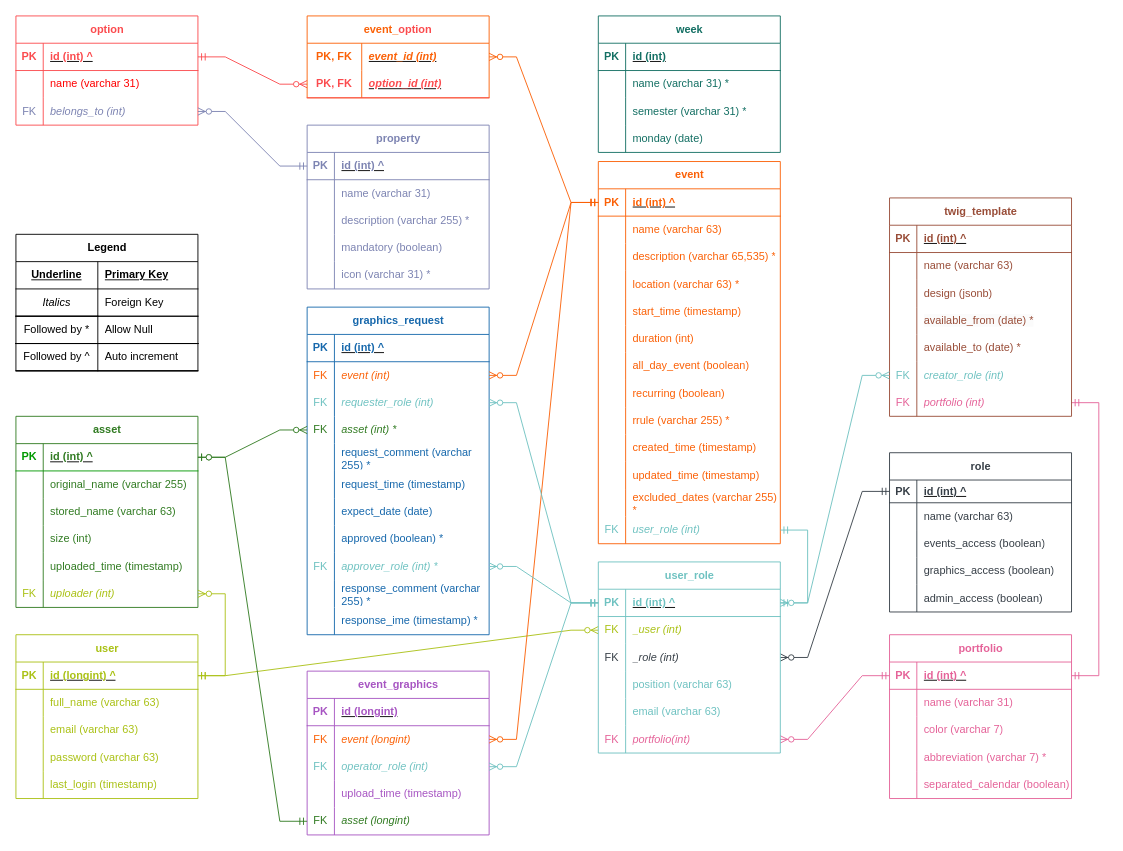
This is design/eTWIG.ER.drawio from stewebb/eTWIG, a draw.io file, before an edit. Source tidied: cells renumbered, new cells numbered last; positions are measured from the earlier drawing's top-left corner, leaving out a move shared by most shapes. Both pictures are drawn from the tidied source at 91%, with x=0, y=0 at pixel (15, 15).
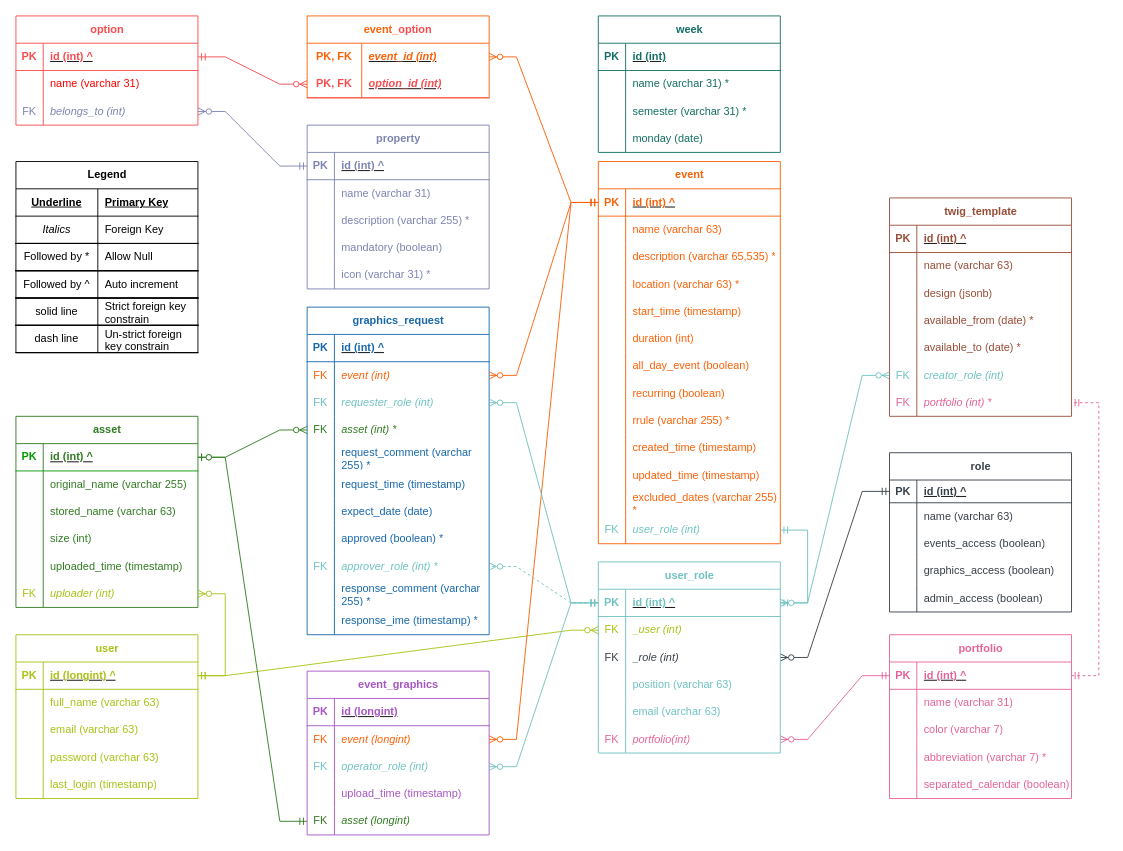
The same diagram, later.

Unchanged cells that the change refers to:
```xml
<mxCell id="16" style="shape=tableRow;horizontal=0;startSize=0;swimlaneHead=0;swimlaneBody=0;fillColor=none;points=[[0,0.5],[1,0.5]];portConstraint=eastwest;top=0;left=0;right=0;bottom=1;strokeColor=#E56399;" parent="15" vertex="1">
  <mxGeometry y="30" width="200" height="30" as="geometry" />
</mxCell>
<mxCell id="213" style="shape=tableRow;horizontal=0;startSize=0;swimlaneHead=0;swimlaneBody=0;fillColor=none;points=[[0,0.5],[1,0.5]];portConstraint=eastwest;top=0;left=0;right=0;bottom=0;" parent="194" vertex="1">
  <mxGeometry y="210" width="200" height="30" as="geometry" />
</mxCell>
<mxCell id="242" style="shape=tableRow;horizontal=0;startSize=0;swimlaneHead=0;swimlaneBody=0;fillColor=none;points=[[0,0.5],[1,0.5]];portConstraint=eastwest;top=0;left=0;right=0;bottom=0;" parent="217" vertex="1">
  <mxGeometry y="270" width="200" height="30" as="geometry" />
</mxCell>
<mxCell id="257" style="shape=tableRow;horizontal=0;startSize=0;swimlaneHead=0;swimlaneBody=0;fillColor=none;points=[[0,0.5],[1,0.5]];portConstraint=eastwest;top=0;left=0;right=0;bottom=1;strokeColor=#6FC2C1;" parent="256" vertex="1">
  <mxGeometry y="30" width="200" height="30" as="geometry" />
</mxCell>
```

Change to the diagram source:
```diff
@@
     <mxCell id="31" value="Legend" style="shape=table;startSize=30;childLayout=tableLayout;rowLines=0;fontStyle=1;align=center;html=1;swimlaneLine=1;" parent="1" vertex="1">
-      <mxGeometry y="240" width="200" height="150" as="geometry" />
+      <mxGeometry y="160" width="200" height="210" as="geometry" />
     </mxCell>
@@
+    <mxCell id="276" style="shape=tableRow;horizontal=0;startSize=0;swimlaneHead=0;swimlaneBody=0;fillColor=none;top=1;left=0;right=0;bottom=1;" parent="31" vertex="1">
+      <mxGeometry y="150" width="200" height="30" as="geometry" />
+    </mxCell>
+    <mxCell id="277" value="solid line" style="shape=partialRectangle;fillColor=none;top=1;left=0;bottom=1;right=0;overflow=hidden;whiteSpace=wrap;html=1;" parent="276" vertex="1">
+      <mxGeometry width="90" height="30" as="geometry" />
+    </mxCell>
+    <mxCell id="278" value="Strict foreign key constrain" style="shape=partialRectangle;fillColor=none;top=1;left=0;bottom=1;right=0;align=left;spacingLeft=6;overflow=hidden;whiteSpace=wrap;html=1;" parent="276" vertex="1">
+      <mxGeometry x="90" width="110" height="30" as="geometry" />
+    </mxCell>
+    <mxCell id="279" style="shape=tableRow;horizontal=0;startSize=0;swimlaneHead=0;swimlaneBody=0;fillColor=none;top=1;left=0;right=0;bottom=1;" parent="31" vertex="1">
+      <mxGeometry y="180" width="200" height="30" as="geometry" />
+    </mxCell>
+    <mxCell id="280" value="dash line" style="shape=partialRectangle;fillColor=none;top=1;left=0;bottom=1;right=0;overflow=hidden;whiteSpace=wrap;html=1;" parent="279" vertex="1">
+      <mxGeometry width="90" height="30" as="geometry" />
+    </mxCell>
+    <mxCell id="281" value="&lt;span style=&quot;color: rgb(0, 0, 0); font-family: Helvetica; font-size: 12px; font-style: normal; font-variant-ligatures: normal; font-variant-caps: normal; font-weight: 400; letter-spacing: normal; orphans: 2; text-align: left; text-indent: 0px; text-transform: none; widows: 2; word-spacing: 0px; -webkit-text-stroke-width: 0px; background-color: rgb(251, 251, 251); text-decoration-thickness: initial; text-decoration-style: initial; text-decoration-color: initial; float: none; display: inline !important;&quot;&gt;Un-strict foreign key constrain&lt;/span&gt;" style="shape=partialRectangle;fillColor=none;top=1;left=0;bottom=1;right=0;align=left;spacingLeft=6;overflow=hidden;whiteSpace=wrap;html=1;" parent="279" vertex="1">
+      <mxGeometry x="90" width="110" height="30" as="geometry" />
+    </mxCell>
@@
-    <mxCell id="193" style="edgeStyle=entityRelationEdgeStyle;fontSize=12;html=1;endArrow=ERmandOne;startArrow=ERmandOne;rounded=0;exitX=1;exitY=0.5;exitDx=0;exitDy=0;entryX=1;entryY=0.5;entryDx=0;entryDy=0;strokeColor=#E56399;" parent="1" edge="1" source="16" target="213">
+    <mxCell id="193" style="edgeStyle=entityRelationEdgeStyle;fontSize=12;html=1;endArrow=ERmandOne;startArrow=ERmandOne;rounded=0;exitX=1;exitY=0.5;exitDx=0;exitDy=0;entryX=1;entryY=0.5;entryDx=0;entryDy=0;strokeColor=#E56399;dashed=1;" parent="1" edge="1" source="16" target="213">
       <mxGeometry relative="1" as="geometry" />
     </mxCell>
@@
-    <mxCell id="215" value="&lt;font color=&quot;#e56399&quot;&gt;&lt;i&gt;portfolio (int)&lt;/i&gt;&lt;/font&gt;" style="shape=partialRectangle;fillColor=none;top=0;left=0;bottom=0;right=0;align=left;spacingLeft=6;overflow=hidden;whiteSpace=wrap;html=1;" parent="213" vertex="1">
+    <mxCell id="215" value="&lt;font color=&quot;#e56399&quot;&gt;&lt;i&gt;portfolio (int) *&lt;/i&gt;&lt;/font&gt;" style="shape=partialRectangle;fillColor=none;top=0;left=0;bottom=0;right=0;align=left;spacingLeft=6;overflow=hidden;whiteSpace=wrap;html=1;" parent="213" vertex="1">
       <mxGeometry x="30" width="170" height="30" as="geometry" />
     </mxCell>
@@
-    <mxCell id="253" style="edgeStyle=entityRelationEdgeStyle;fontSize=12;html=1;endArrow=ERzeroToMany;startArrow=ERmandOne;rounded=0;entryX=1;entryY=0.5;entryDx=0;entryDy=0;exitX=0;exitY=0.5;exitDx=0;exitDy=0;strokeColor=#6FC2C1;" parent="1" edge="1" source="257" target="242">
+    <mxCell id="253" style="edgeStyle=entityRelationEdgeStyle;fontSize=12;html=1;endArrow=ERzeroToMany;startArrow=ERmandOne;rounded=0;entryX=1;entryY=0.5;entryDx=0;entryDy=0;exitX=0;exitY=0.5;exitDx=0;exitDy=0;strokeColor=#6FC2C1;dashed=1;" parent="1" edge="1" source="257" target="242">
       <mxGeometry relative="1" as="geometry" />
     </mxCell>
```
